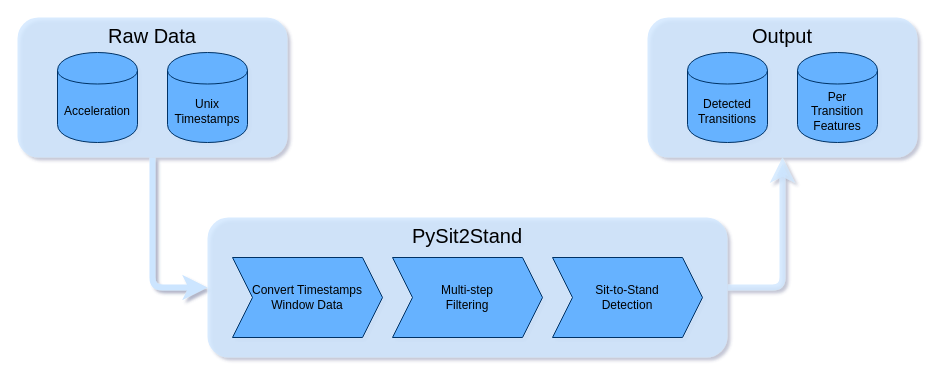
The draw.io diagram paper/alg-overview.drawio in pfizer-opensource/sit2standpy, before the edit. Source tidied: cells renumbered, new cells numbered last; positions are measured from the earlier drawing's top-left corner, leaving out a move shared by most shapes. Both pictures are drawn from the tidied source at 100%, with x=0, y=0 at pixel (17, 17).
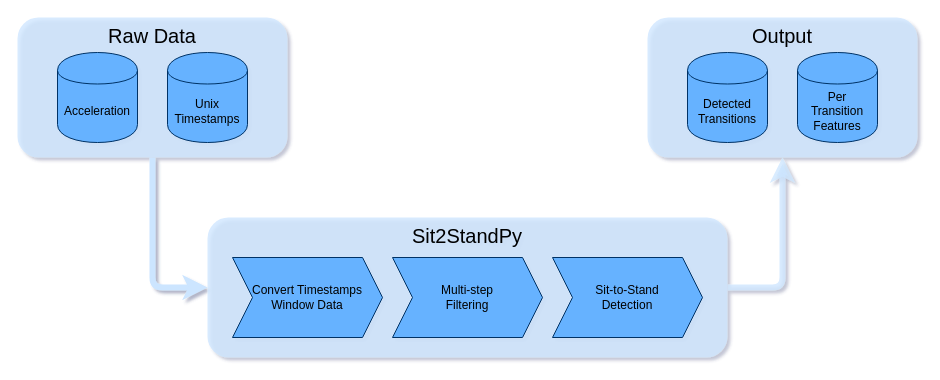
The same page after the edit.

Commit message (it also covers changes not shown here):
update paper figure with correct package name

The edit, as a diff of the source:
```diff
@@
 <mxGraphModel shadow="1">
   <root>
     <mxCell id="0" />
     <mxCell id="1" parent="0" />
     <mxCell id="2" style="edgeStyle=orthogonalEdgeStyle;jettySize=auto;html=1;exitX=1;exitY=0.5;exitDx=0;exitDy=0;entryX=0.5;entryY=1;entryDx=0;entryDy=0;fontSize=20;rounded=1;strokeWidth=6;fillColor=#dae8fc;strokeColor=#CCE5FF;shadow=0;strokeOpacity=75;fillOpacity=75;comic=0;" parent="1" edge="1" source="3" target="7">
       <mxGeometry relative="1" as="geometry" />
     </mxCell>
-    <mxCell id="3" value="PySit2Stand" style="rounded=1;whiteSpace=wrap;html=1;shadow=0;glass=0;comic=0;strokeColor=none;fillColor=#CCE5FF;gradientColor=none;fontSize=20;fillOpacity=75;verticalAlign=top;" parent="1" vertex="1">
+    <mxCell id="3" value="Sit2StandPy" style="rounded=1;whiteSpace=wrap;html=1;shadow=0;glass=0;comic=0;strokeColor=none;fillColor=#CCE5FF;gradientColor=none;fontSize=20;fillOpacity=75;verticalAlign=top;" parent="1" vertex="1">
       <mxGeometry x="190" y="200" width="520" height="140" as="geometry" />
     </mxCell>
     <mxCell id="4" value="Convert Timestamps&lt;br&gt;Window Data" style="shape=step;perimeter=stepPerimeter;whiteSpace=wrap;html=1;fixedSize=1;comic=0;strokeColor=#003366;fillColor=#66B2FF;gradientColor=none;fontSize=12;rounded=0;" parent="1" vertex="1">
       <mxGeometry x="215" y="240" width="150" height="80" as="geometry" />
     </mxCell>
     <mxCell id="5" value="Multi-step&lt;br&gt;Filtering" style="shape=step;perimeter=stepPerimeter;whiteSpace=wrap;html=1;fixedSize=1;comic=0;strokeColor=#003366;fillColor=#66B2FF;gradientColor=none;fontSize=12;rounded=0;" parent="1" vertex="1">
       <mxGeometry x="375" y="240" width="150" height="80" as="geometry" />
     </mxCell>
     <mxCell id="6" value="Sit-to-Stand&lt;br&gt;Detection" style="shape=step;perimeter=stepPerimeter;whiteSpace=wrap;html=1;fixedSize=1;comic=0;strokeColor=#003366;fillColor=#66B2FF;gradientColor=none;fontSize=12;rounded=0;" parent="1" vertex="1">
       <mxGeometry x="535" y="240" width="150" height="80" as="geometry" />
     </mxCell>
     <mxCell id="7" value="&lt;div style=&quot;font-size: 20px&quot;&gt;&lt;span style=&quot;font-size: 20px&quot;&gt;Output&lt;/span&gt;&lt;/div&gt;" style="rounded=1;whiteSpace=wrap;html=1;fillColor=#CCE5FF;strokeColor=none;gradientColor=none;fillOpacity=75;align=center;noLabel=0;labelPadding=0;direction=east;portConstraintRotation=0;shadow=0;horizontal=1;fontSize=20;verticalAlign=top;glass=0;comic=0;" parent="1" vertex="1">
       <mxGeometry x="630" width="270" height="140" as="geometry" />
     </mxCell>
     <mxCell id="8" style="edgeStyle=orthogonalEdgeStyle;rounded=1;jettySize=auto;html=1;exitX=0.5;exitY=1;exitDx=0;exitDy=0;entryX=0;entryY=0.5;entryDx=0;entryDy=0;fontSize=20;jumpStyle=none;jumpSize=11;strokeColor=#CCE5FF;strokeWidth=6;shadow=0;" parent="1" edge="1" source="9" target="3">
       <mxGeometry relative="1" as="geometry" />
     </mxCell>
     <mxCell id="9" value="&lt;div style=&quot;font-size: 20px;&quot;&gt;&lt;span style=&quot;font-size: 20px;&quot;&gt;Raw Data&lt;/span&gt;&lt;/div&gt;" style="rounded=1;whiteSpace=wrap;html=1;fillColor=#CCE5FF;strokeColor=none;gradientColor=none;fillOpacity=75;align=center;noLabel=0;labelPadding=0;direction=east;portConstraintRotation=0;shadow=0;horizontal=1;fontSize=20;verticalAlign=top;glass=0;comic=0;" parent="1" vertex="1">
       <mxGeometry width="270" height="140" as="geometry" />
     </mxCell>
     <mxCell id="10" value="Acceleration" style="shape=cylinder;whiteSpace=wrap;html=1;boundedLbl=1;backgroundOutline=1;fillColor=#66B2FF;strokeColor=#003366;" parent="1" vertex="1">
       <mxGeometry x="40" y="35" width="80" height="90" as="geometry" />
     </mxCell>
     <mxCell id="11" value="Unix Timestamps" style="shape=cylinder;whiteSpace=wrap;html=1;boundedLbl=1;backgroundOutline=1;fillColor=#66B2FF;strokeColor=#003366;" parent="1" vertex="1">
       <mxGeometry x="150" y="35" width="80" height="90" as="geometry" />
     </mxCell>
     <mxCell id="12" value="Detected&lt;br&gt;Transitions" style="shape=cylinder;whiteSpace=wrap;html=1;boundedLbl=1;backgroundOutline=1;fillColor=#66B2FF;strokeColor=#003366;" parent="1" vertex="1">
       <mxGeometry x="670" y="35" width="80" height="90" as="geometry" />
     </mxCell>
     <mxCell id="13" value="Per &lt;br&gt;Transition&lt;br&gt;Features" style="shape=cylinder;whiteSpace=wrap;html=1;boundedLbl=1;backgroundOutline=1;fillColor=#66B2FF;strokeColor=#003366;" parent="1" vertex="1">
       <mxGeometry x="780" y="35" width="80" height="90" as="geometry" />
     </mxCell>
   </root>
 </mxGraphModel>
```
